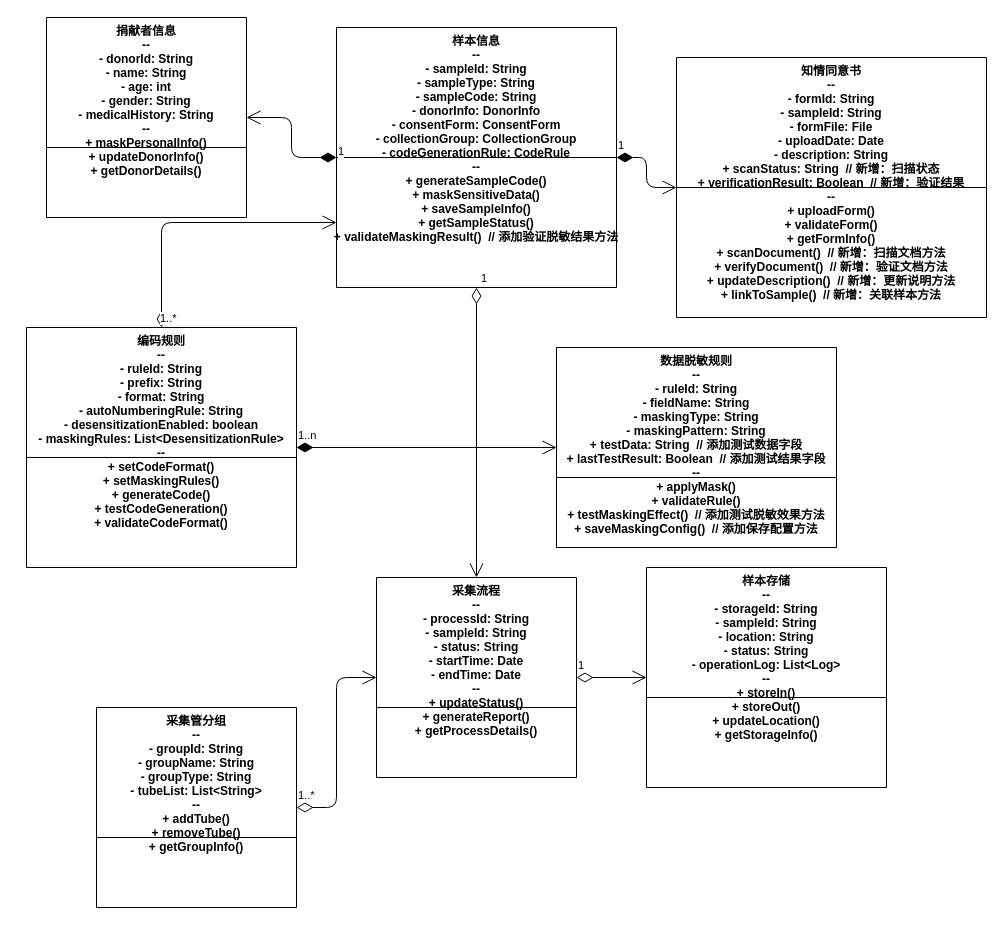
Before: laorenyuan/drawio/样品类图.drawio in wolfenlee/mydrawio, a draw.io diagram. Source tidied: cells renumbered, new cells numbered last; positions are measured from the earlier drawing's top-left corner, leaving out a move shared by most shapes. Both pictures are drawn from the tidied source at 100%, with x=0, y=0 at pixel (26, 17).
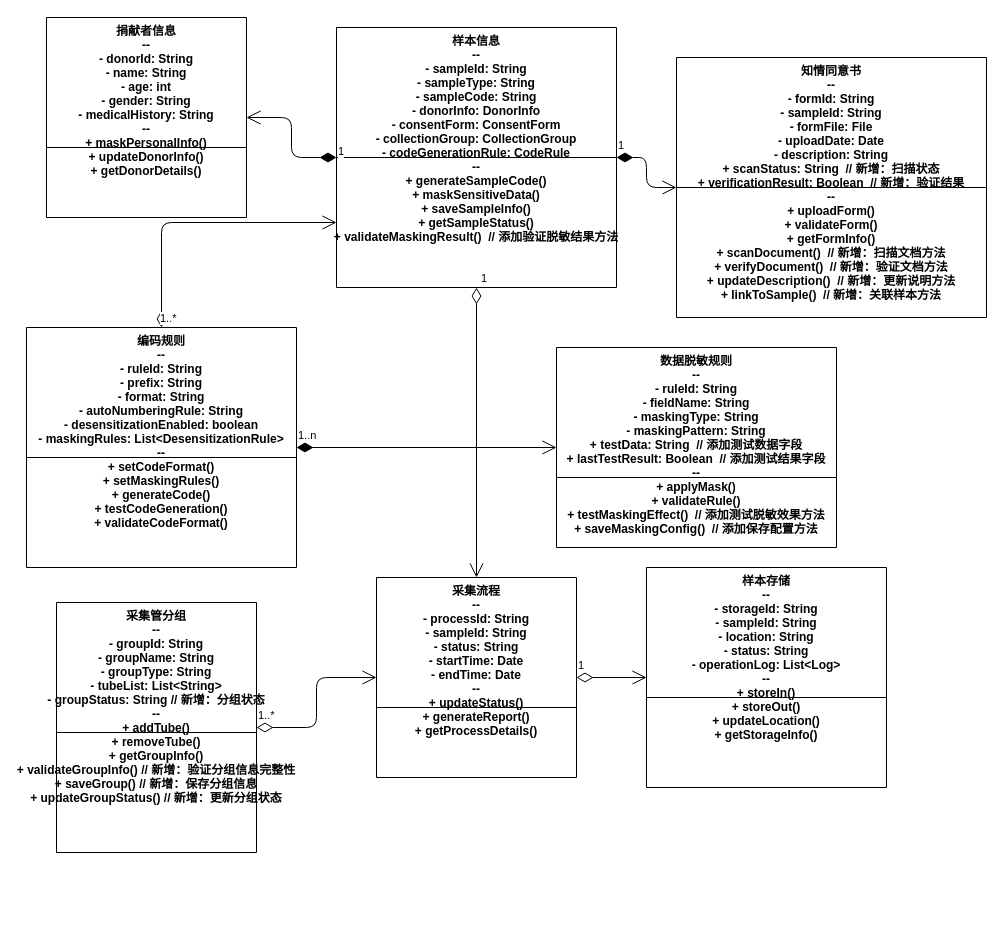
The same diagram, later.

Commit message:
feat(产品类图): 新增采集管分组状态字段及相关方法

在采集管分组类中新增了`groupStatus`字段，并添加了`validateGroupInfo`、`saveGroup`和`updateGroupStatus`方法，以支持分组状态的验证、保存和更新功能。

What changed in the source:
```diff
@@
 <mxGraphModel>
   <root>
     <mxCell id="0" />
     <mxCell id="1" parent="0" />
     <mxCell id="2" value="样本信息&#10;--&#10;- sampleId: String&#10;- sampleType: String&#10;- sampleCode: String&#10;- donorInfo: DonorInfo&#10;- consentForm: ConsentForm&#10;- collectionGroup: CollectionGroup&#10;- codeGenerationRule: CodeRule&#10;--&#10;+ generateSampleCode()&#10;+ maskSensitiveData()&#10;+ saveSampleInfo()&#10;+ getSampleStatus()&#10;+ validateMaskingResult()  // 添加验证脱敏结果方法" style="swimlane;fontStyle=1;align=center;verticalAlign=top;horizontal=1;startSize=130;" parent="1" vertex="1">
       <mxGeometry x="310" y="10" width="280" height="260" as="geometry" />
     </mxCell>
     <mxCell id="3" value="捐献者信息&#10;--&#10;- donorId: String&#10;- name: String&#10;- age: int&#10;- gender: String&#10;- medicalHistory: String&#10;--&#10;+ maskPersonalInfo()&#10;+ updateDonorInfo()&#10;+ getDonorDetails()" style="swimlane;fontStyle=1;align=center;verticalAlign=top;horizontal=1;startSize=130;" parent="1" vertex="1">
       <mxGeometry x="20" width="200" height="200" as="geometry" />
     </mxCell>
     <mxCell id="4" value="知情同意书&#10;--&#10;- formId: String&#10;- sampleId: String&#10;- formFile: File&#10;- uploadDate: Date&#10;- description: String&#10;+ scanStatus: String  // 新增：扫描状态&#10;+ verificationResult: Boolean  // 新增：验证结果&#10;--&#10;+ uploadForm()&#10;+ validateForm()&#10;+ getFormInfo()&#10;+ scanDocument()  // 新增：扫描文档方法&#10;+ verifyDocument()  // 新增：验证文档方法&#10;+ updateDescription()  // 新增：更新说明方法&#10;+ linkToSample()  // 新增：关联样本方法" style="swimlane;fontStyle=1;align=center;verticalAlign=top;horizontal=1;startSize=130;" parent="1" vertex="1">
       <mxGeometry x="650" y="40" width="310" height="260" as="geometry" />
     </mxCell>
     <mxCell id="5" value="采集流程&#10;--&#10;- processId: String&#10;- sampleId: String&#10;- status: String&#10;- startTime: Date&#10;- endTime: Date&#10;--&#10;+ updateStatus()&#10;+ generateReport()&#10;+ getProcessDetails()" style="swimlane;fontStyle=1;align=center;verticalAlign=top;horizontal=1;startSize=130;" parent="1" vertex="1">
       <mxGeometry x="350" y="560" width="200" height="200" as="geometry" />
     </mxCell>
     <mxCell id="6" value="样本存储&#10;--&#10;- storageId: String&#10;- sampleId: String&#10;- location: String&#10;- status: String&#10;- operationLog: List&lt;Log&gt;&#10;--&#10;+ storeIn()&#10;+ storeOut()&#10;+ updateLocation()&#10;+ getStorageInfo()" style="swimlane;fontStyle=1;align=center;verticalAlign=top;horizontal=1;startSize=130;" parent="1" vertex="1">
       <mxGeometry x="620" y="550" width="240" height="220" as="geometry" />
     </mxCell>
     <mxCell id="7" value="编码规则&#10;--&#10;- ruleId: String&#10;- prefix: String&#10;- format: String&#10;- autoNumberingRule: String&#10;- desensitizationEnabled: boolean&#10;- maskingRules: List&lt;DesensitizationRule&gt;&#10;--&#10;+ setCodeFormat()&#10;+ setMaskingRules()&#10;+ generateCode()&#10;+ testCodeGeneration()&#10;+ validateCodeFormat()" style="swimlane;fontStyle=1;align=center;verticalAlign=top;horizontal=1;startSize=130;" parent="1" vertex="1">
       <mxGeometry y="310" width="270" height="240" as="geometry" />
     </mxCell>
     <mxCell id="8" value="数据脱敏规则&#10;--&#10;- ruleId: String&#10;- fieldName: String&#10;- maskingType: String&#10;- maskingPattern: String&#10;+ testData: String  // 添加测试数据字段&#10;+ lastTestResult: Boolean  // 添加测试结果字段&#10;--&#10;+ applyMask()&#10;+ validateRule()&#10;+ testMaskingEffect()  // 添加测试脱敏效果方法&#10;+ saveMaskingConfig()  // 添加保存配置方法" style="swimlane;fontStyle=1;align=center;verticalAlign=top;horizontal=1;startSize=130;" parent="1" vertex="1">
       <mxGeometry x="530" y="330" width="280" height="200" as="geometry" />
     </mxCell>
     <mxCell id="9" value="1..n" style="endArrow=open;html=1;endSize=12;startArrow=diamondThin;startSize=14;startFill=1;edgeStyle=orthogonalEdgeStyle;align=left;verticalAlign=bottom;exitX=1;exitY=0.5;exitDx=0;exitDy=0;entryX=0;entryY=0.5;entryDx=0;entryDy=0;" parent="1" edge="1" source="7" target="8">
       <mxGeometry x="-1" y="3" relative="1" as="geometry" />
     </mxCell>
     <mxCell id="10" value="1" style="endArrow=open;html=1;endSize=12;startArrow=diamondThin;startSize=14;startFill=1;edgeStyle=orthogonalEdgeStyle;align=left;verticalAlign=bottom;exitX=0;exitY=0.5;exitDx=0;exitDy=0;entryX=1;entryY=0.5;entryDx=0;entryDy=0;" parent="1" edge="1" source="2" target="3">
       <mxGeometry x="-1" y="3" relative="1" as="geometry" />
     </mxCell>
     <mxCell id="11" value="1" style="endArrow=open;html=1;endSize=12;startArrow=diamondThin;startSize=14;startFill=1;edgeStyle=orthogonalEdgeStyle;align=left;verticalAlign=bottom;exitX=1;exitY=0.5;exitDx=0;exitDy=0;entryX=0;entryY=0.5;entryDx=0;entryDy=0;" parent="1" edge="1" source="2" target="4">
       <mxGeometry x="-1" y="3" relative="1" as="geometry" />
     </mxCell>
     <mxCell id="12" value="1" style="endArrow=open;html=1;endSize=12;startArrow=diamondThin;startSize=14;startFill=0;edgeStyle=orthogonalEdgeStyle;align=left;verticalAlign=bottom;exitX=0.5;exitY=1;exitDx=0;exitDy=0;entryX=0.5;entryY=0;entryDx=0;entryDy=0;" parent="1" edge="1" source="2" target="5">
       <mxGeometry x="-1" y="3" relative="1" as="geometry" />
     </mxCell>
     <mxCell id="13" value="1..*" style="endArrow=open;html=1;endSize=12;startArrow=diamondThin;startSize=14;startFill=0;edgeStyle=orthogonalEdgeStyle;align=left;verticalAlign=bottom;exitX=1;exitY=0.5;exitDx=0;exitDy=0;entryX=0;entryY=0.5;entryDx=0;entryDy=0;" parent="1" edge="1" source="16" target="5">
       <mxGeometry x="-1" y="3" relative="1" as="geometry" />
     </mxCell>
     <mxCell id="14" value="1" style="endArrow=open;html=1;endSize=12;startArrow=diamondThin;startSize=14;startFill=0;edgeStyle=orthogonalEdgeStyle;align=left;verticalAlign=bottom;exitX=1;exitY=0.5;exitDx=0;exitDy=0;entryX=0;entryY=0.5;entryDx=0;entryDy=0;" parent="1" edge="1" source="5" target="6">
       <mxGeometry x="-1" y="3" relative="1" as="geometry" />
     </mxCell>
     <mxCell id="15" value="1..*" style="endArrow=open;html=1;endSize=12;startArrow=diamondThin;startSize=14;startFill=0;edgeStyle=orthogonalEdgeStyle;align=left;verticalAlign=bottom;exitX=0.5;exitY=0;exitDx=0;exitDy=0;entryX=0;entryY=0.75;entryDx=0;entryDy=0;" parent="1" edge="1" source="7" target="2">
       <mxGeometry x="-1" y="3" relative="1" as="geometry" />
     </mxCell>
-    <mxCell id="16" value="采集管分组&#10;--&#10;- groupId: String&#10;- groupName: String&#10;- groupType: String&#10;- tubeList: List&lt;String&gt;&#10;--&#10;+ addTube()&#10;+ removeTube()&#10;+ getGroupInfo()" style="swimlane;fontStyle=1;align=center;verticalAlign=top;horizontal=1;startSize=130;" parent="1" vertex="1">
-      <mxGeometry x="70" y="690" width="200" height="200" as="geometry" />
+    <mxCell id="16" value="采集管分组&#10;--&#10;- groupId: String&#10;- groupName: String&#10;- groupType: String&#10;- tubeList: List&lt;String&gt;&#10;- groupStatus: String  // 新增：分组状态&#10;--&#10;+ addTube()&#10;+ removeTube()&#10;+ getGroupInfo()&#10;+ validateGroupInfo()  // 新增：验证分组信息完整性&#10;+ saveGroup()  // 新增：保存分组信息&#10;+ updateGroupStatus()  // 新增：更新分组状态" style="swimlane;fontStyle=1;align=center;verticalAlign=top;horizontal=1;startSize=130;" parent="1" vertex="1">
+      <mxGeometry x="30" y="585" width="200" height="250" as="geometry" />
     </mxCell>
   </root>
 </mxGraphModel>
```
